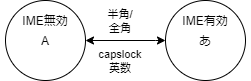
Earlier version of the draw.io export after.drawio.png (loftkun/key-settings). Source tidied: cells renumbered, new cells last; positions are measured from the earlier drawing's top-left corner, leaving out a move shared by most shapes.
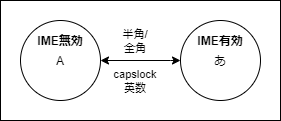
Later version of the same file.

Commit message:
set the background of the image to opaque

What changed in the source:
```diff
@@ -2,10 +2,13 @@
   <root>
     <mxCell id="0" />
     <mxCell id="1" parent="0" />
+    <mxCell id="9" style="rounded=0;whiteSpace=wrap;html=1;strokeColor=#000000;fontColor=#000000;fillColor=#FFFFFF;" parent="1" vertex="1">
+      <mxGeometry x="-15" y="-20" width="280" height="120" as="geometry" />
+    </mxCell>
-    <mxCell id="2" value="A" style="ellipse;whiteSpace=wrap;html=1;" parent="1" vertex="1">
+    <mxCell id="2" value="A" style="ellipse;whiteSpace=wrap;html=1;strokeColor=#000000;fontColor=#000000;fillColor=#FFFFFF;" parent="1" vertex="1">
       <mxGeometry x="5" width="80" height="80" as="geometry" />
     </mxCell>
-    <mxCell id="3" style="edgeStyle=orthogonalEdgeStyle;rounded=0;jettySize=auto;html=1;exitX=0;exitY=0.5;exitDx=0;exitDy=0;entryX=1;entryY=0.5;entryDx=0;entryDy=0;startArrow=classic;startFill=1;" parent="1" edge="1" target="2">
+    <mxCell id="3" style="edgeStyle=orthogonalEdgeStyle;rounded=0;jettySize=auto;html=1;exitX=0;exitY=0.5;exitDx=0;exitDy=0;entryX=1;entryY=0.5;entryDx=0;entryDy=0;startArrow=classic;startFill=1;strokeColor=#000000;fontColor=#000000;" parent="1" edge="1" target="2">
       <mxGeometry relative="1" as="geometry">
         <mxPoint x="165" y="40" as="sourcePoint" />
         <Array as="points">
@@ -14,19 +17,19 @@
         </Array>
       </mxGeometry>
     </mxCell>
-    <mxCell id="4" value="あ" style="ellipse;whiteSpace=wrap;html=1;" parent="1" vertex="1">
+    <mxCell id="4" value="あ" style="ellipse;whiteSpace=wrap;html=1;strokeColor=#000000;fontColor=#000000;fillColor=#FFFFFF;" parent="1" vertex="1">
       <mxGeometry x="165" width="80" height="80" as="geometry" />
     </mxCell>
-    <mxCell id="5" value="IME有効" style="text;html=1;strokeColor=none;fillColor=none;align=center;verticalAlign=middle;whiteSpace=wrap;rounded=0;" parent="1" vertex="1">
+    <mxCell id="5" value="&lt;b&gt;IME有効&lt;/b&gt;" style="text;html=1;fillColor=none;align=center;verticalAlign=middle;whiteSpace=wrap;rounded=0;fontColor=#000000;" parent="1" vertex="1">
       <mxGeometry x="160" y="10" width="90" height="20" as="geometry" />
     </mxCell>
-    <mxCell id="6" value="IME無効" style="text;html=1;strokeColor=none;fillColor=none;align=center;verticalAlign=middle;whiteSpace=wrap;rounded=0;" parent="1" vertex="1">
+    <mxCell id="6" value="&lt;b&gt;IME無効&lt;/b&gt;" style="text;html=1;fillColor=none;align=center;verticalAlign=middle;whiteSpace=wrap;rounded=0;fontColor=#000000;" parent="1" vertex="1">
       <mxGeometry y="10" width="90" height="20" as="geometry" />
     </mxCell>
-    <mxCell id="7" value="&lt;span style=&quot;font-size: 11px&quot;&gt;半角/&lt;/span&gt;&lt;br style=&quot;font-size: 11px&quot;&gt;&lt;span style=&quot;font-size: 11px&quot;&gt;全角&lt;/span&gt;" style="text;html=1;strokeColor=none;fillColor=none;align=center;verticalAlign=middle;whiteSpace=wrap;rounded=0;" parent="1" vertex="1">
+    <mxCell id="7" value="&lt;span style=&quot;font-size: 11px&quot;&gt;半角/&lt;/span&gt;&lt;br style=&quot;font-size: 11px&quot;&gt;&lt;span style=&quot;font-size: 11px&quot;&gt;全角&lt;/span&gt;" style="text;html=1;fillColor=none;align=center;verticalAlign=middle;whiteSpace=wrap;rounded=0;fontColor=#000000;" parent="1" vertex="1">
       <mxGeometry x="75" y="10" width="90" height="20" as="geometry" />
     </mxCell>
-    <mxCell id="8" value="&lt;span style=&quot;font-size: 11px&quot;&gt;capslock&lt;/span&gt;&lt;br style=&quot;font-size: 11px&quot;&gt;&lt;span style=&quot;font-size: 11px&quot;&gt;英数&lt;/span&gt;" style="text;html=1;strokeColor=none;fillColor=none;align=center;verticalAlign=middle;whiteSpace=wrap;rounded=0;" parent="1" vertex="1">
+    <mxCell id="8" value="&lt;span style=&quot;font-size: 11px&quot;&gt;capslock&lt;/span&gt;&lt;br style=&quot;font-size: 11px&quot;&gt;&lt;span style=&quot;font-size: 11px&quot;&gt;英数&lt;/span&gt;" style="text;html=1;fillColor=none;align=center;verticalAlign=middle;whiteSpace=wrap;rounded=0;fontColor=#000000;" parent="1" vertex="1">
       <mxGeometry x="75" y="50" width="90" height="20" as="geometry" />
     </mxCell>
   </root>
```
